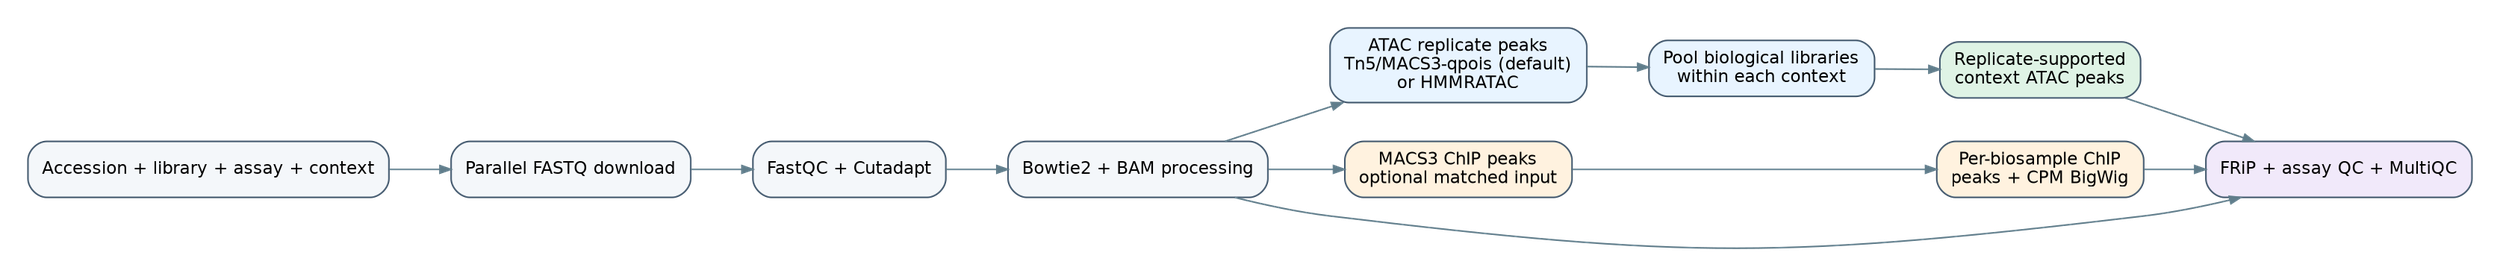
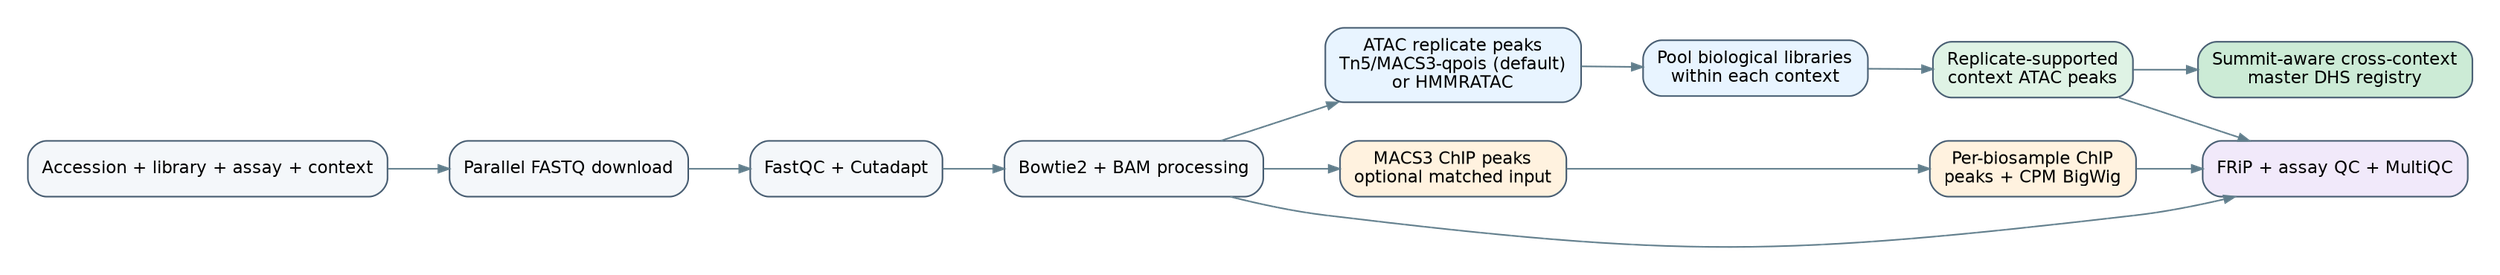
digraph workflow {
  graph [rankdir=LR, bgcolor="transparent", pad=0.25, nodesep=0.35, ranksep=0.55];
  node [shape=box, style="rounded,filled", fontname="Helvetica", fontsize=11,
        color="#40566b", fillcolor="#f4f7fa", margin="0.13,0.08"];
  edge [color="#607d8b", arrowsize=0.7];

  accessions [label="Accession + library + assay + context"];
  download [label="Parallel FASTQ download"];
  preprocess [label="FastQC + Cutadapt"];
  align [label="Bowtie2 + BAM processing"];
  atac [label="ATAC replicate peaks\nTn5/MACS3-qpois (default)\nor HMMRATAC", fillcolor="#e8f4ff"];
  pool [label="Pool biological libraries\nwithin each context", fillcolor="#e8f4ff"];
  consensus [label="Replicate-supported\ncontext ATAC peaks", fillcolor="#dff3e5"];
+   master [label="Summit-aware cross-context\nmaster DHS registry", fillcolor="#ccebd6"];
  chip [label="MACS3 ChIP peaks\noptional matched input", fillcolor="#fff2df"];
  chipout [label="Per-biosample ChIP\npeaks + CPM BigWig", fillcolor="#fff2df"];
  qc [label="FRiP + assay QC + MultiQC", fillcolor="#f1e9fa"];

  accessions -> download -> preprocess -> align;
-   align -> atac -> pool -> consensus;
+   align -> atac -> pool -> consensus -> master;
  align -> chip -> chipout;
  align -> qc;
  consensus -> qc;
  chipout -> qc;
}
